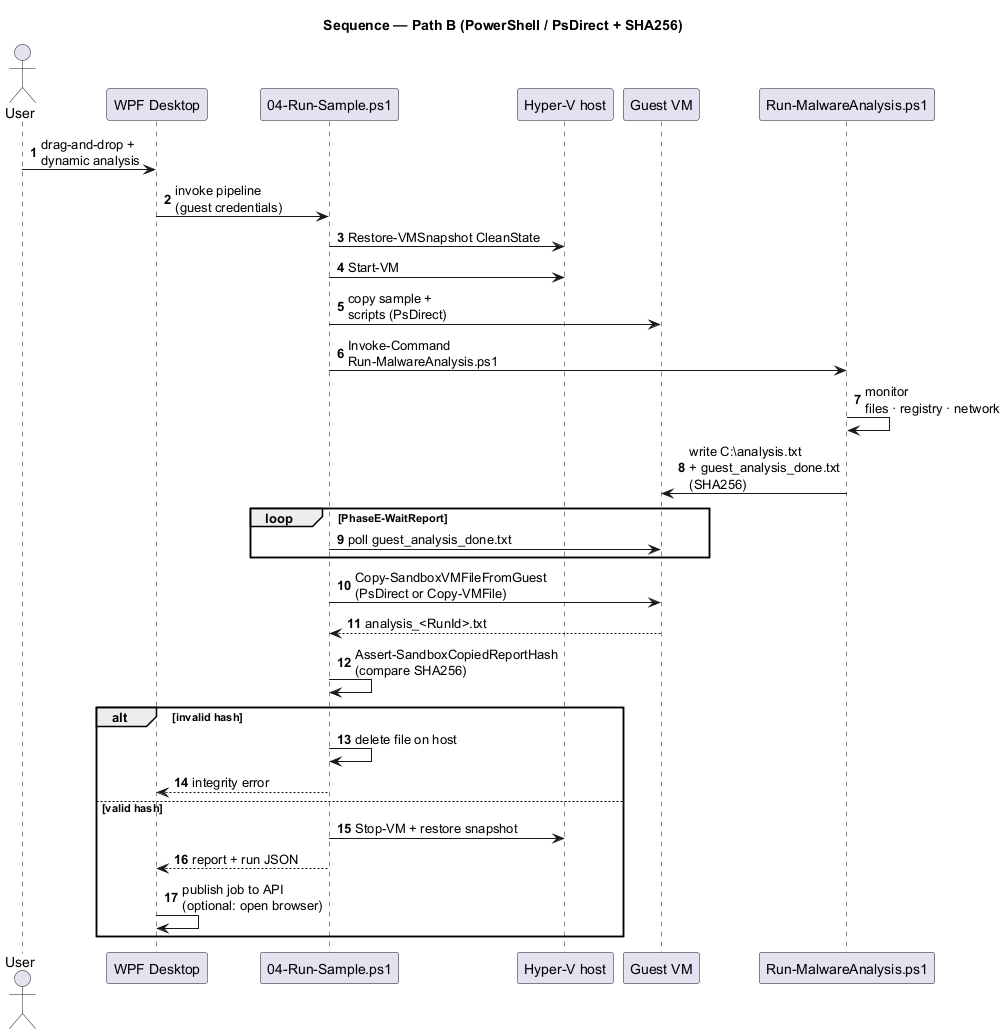
This is relatório/imagens/fig-4-9-sequence-path-b.png from tlxp/PROJETO, a PlantUML export, as it was before one commit.
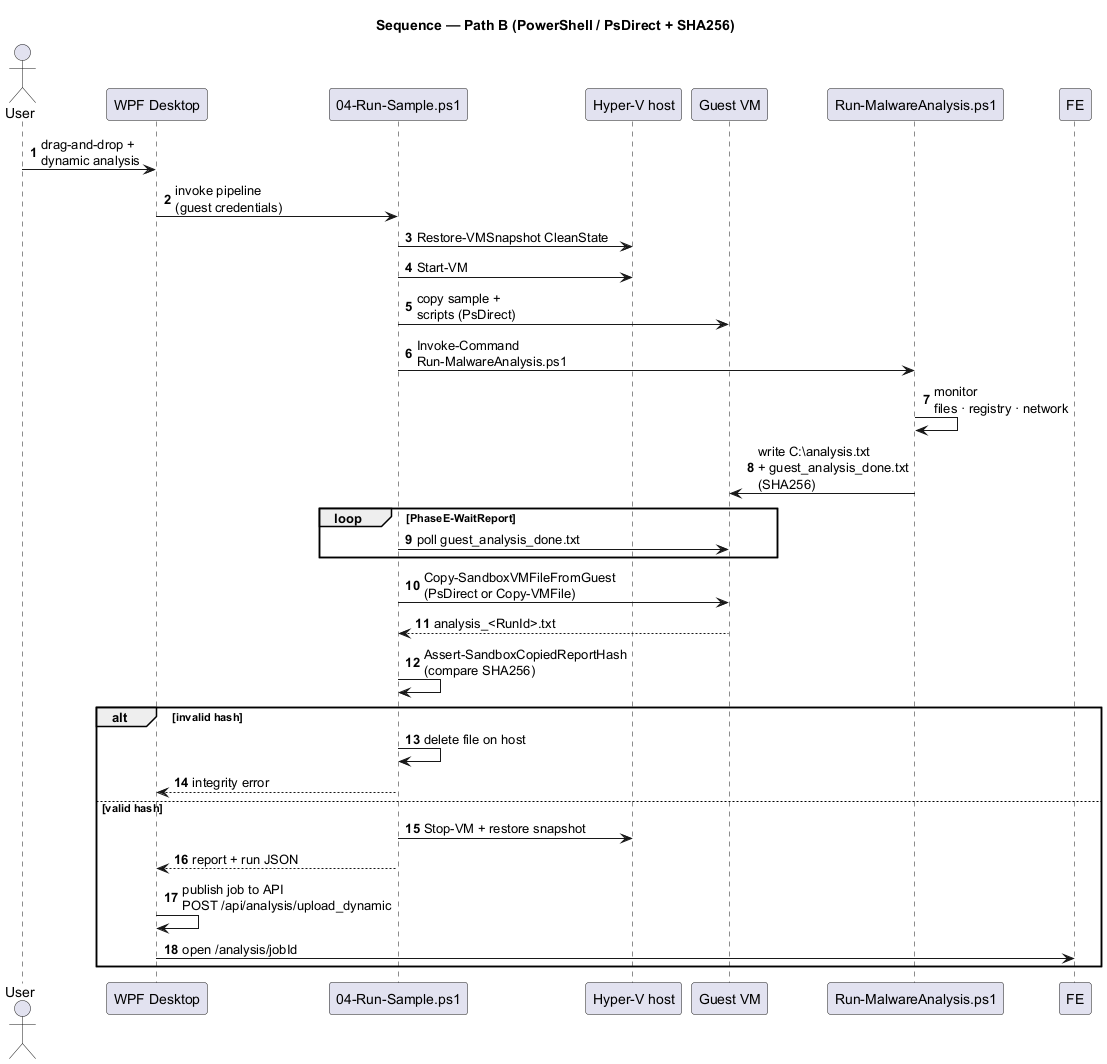
After the commit.

The edit, as a diff of the source:
```diff
@@ -34,7 +34,8 @@
 else valid hash
   PS -> HV : Stop-VM + restore snapshot
   PS --> WPF : report + run JSON
-  WPF -> WPF : publish job to API\n(optional: open browser)
+  WPF -> WPF : publish job to API\nPOST /api/analysis/upload_dynamic
+  WPF -> FE : open /analysis/jobId
 end
 
 @enduml
```
